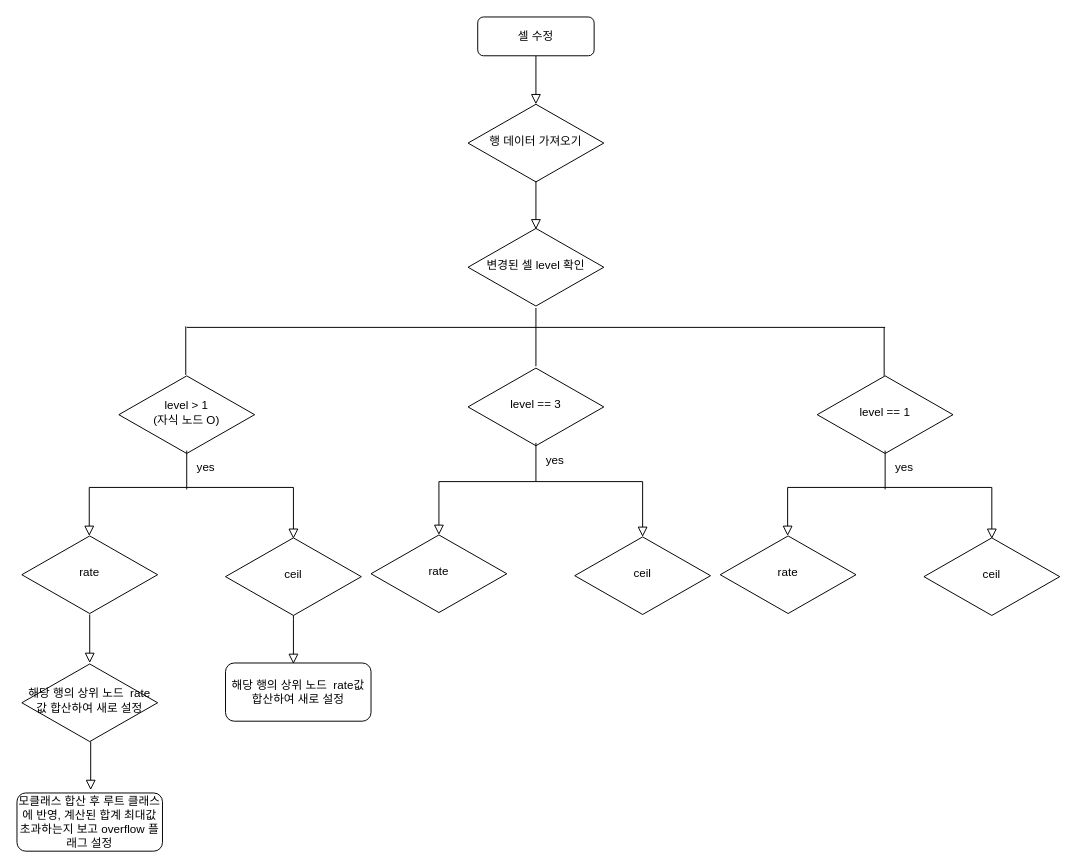
Before: afterSaveCell.drawio in MJKOOTHEFIRST/local1, a draw.io diagram. Source tidied: cells renumbered, new cells numbered last; positions are measured from the earlier drawing's top-left corner, leaving out a move shared by most shapes. Both pictures are drawn from the tidied source at 97%, with x=0, y=0 at pixel (16, 16).
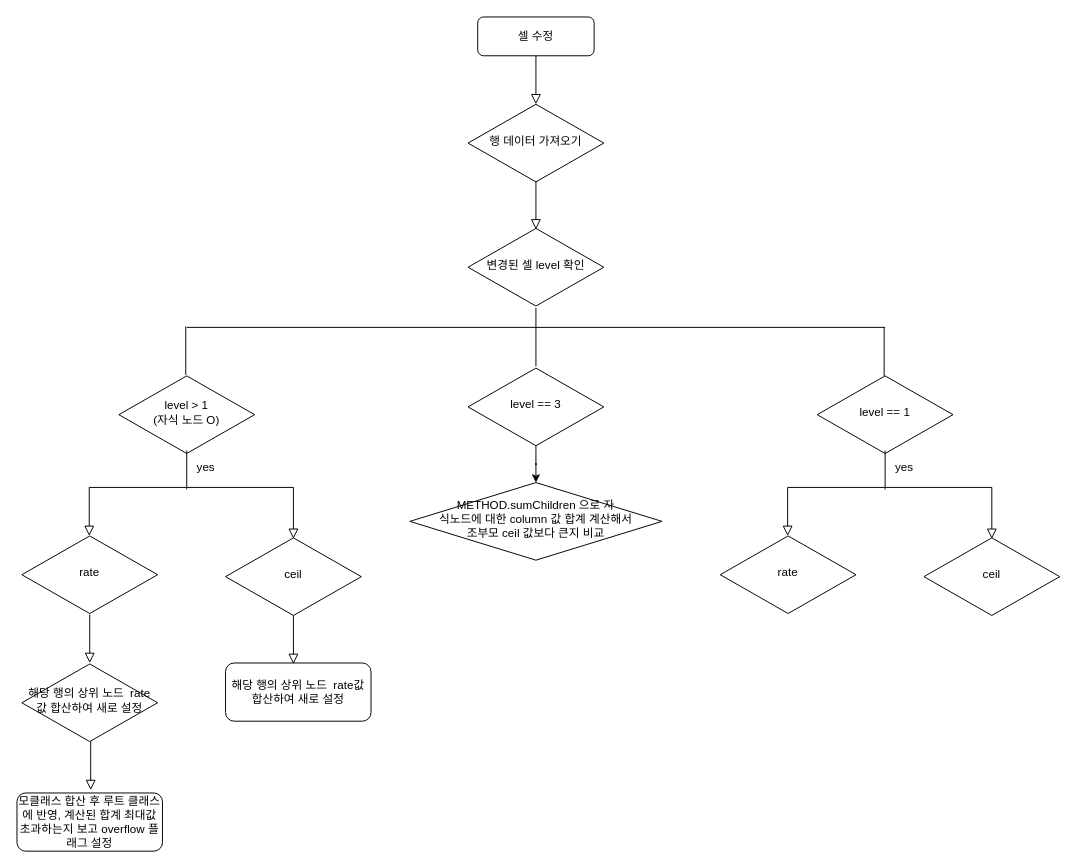
Above is the later version.

The change refers to these unchanged cells:
```xml
<mxCell id="18" value="level == 3" style="rhombus;whiteSpace=wrap;html=1;shadow=0;fontFamily=Helvetica;fontSize=12;align=center;strokeWidth=1;spacing=6;spacingTop=-4;" parent="1" vertex="1">
  <mxGeometry x="465" y="362" width="140" height="80" as="geometry" />
</mxCell>
```

The edit, as a diff of the source:
```diff
@@
+    <mxCell id="38" style="edgeStyle=orthogonalEdgeStyle;rounded=0;jettySize=auto;html=1;" parent="1" edge="1" source="18" target="20">
+      <mxGeometry relative="1" as="geometry" />
+    </mxCell>
@@
-    <mxCell id="19" style="rounded=0;html=1;jettySize=auto;fontSize=11;endArrow=block;endFill=0;endSize=8;strokeWidth=1;shadow=0;labelBackgroundColor=none;edgeStyle=orthogonalEdgeStyle;exitX=1;exitY=0;exitDx=0;exitDy=0;entryX=0.5;entryY=0;entryDx=0;entryDy=0;" parent="1" edge="1" target="20">
-      <mxGeometry relative="1" as="geometry">
-        <mxPoint x="535" y="479" as="sourcePoint" />
-        <Array as="points">
-          <mxPoint x="435" y="479" />
-        </Array>
-      </mxGeometry>
-    </mxCell>
-    <mxCell id="20" value="rate" style="rhombus;whiteSpace=wrap;html=1;shadow=0;fontFamily=Helvetica;fontSize=12;align=center;strokeWidth=1;spacing=6;spacingTop=-4;" parent="1" vertex="1">
-      <mxGeometry x="365" y="534" width="140" height="80" as="geometry" />
+    <mxCell id="20" value="METHOD.sumChildren 으로 자&lt;br&gt;식노드에 대한 column 값 합계 계산해서 &lt;br&gt;조부모 ceil 값보다 큰지 비교" style="rhombus;whiteSpace=wrap;html=1;shadow=0;fontFamily=Helvetica;fontSize=12;align=center;strokeWidth=1;spacing=6;spacingTop=-4;" parent="1" vertex="1">
+      <mxGeometry x="405" y="480" width="260" height="80" as="geometry" />
     </mxCell>
-    <mxCell id="21" value="yes" style="text;html=1;strokeColor=none;fillColor=none;align=center;verticalAlign=middle;whiteSpace=wrap;rounded=0;" parent="1" vertex="1">
-      <mxGeometry x="525" y="442" width="60" height="30" as="geometry" />
-    </mxCell>
-    <mxCell id="22" style="rounded=0;html=1;jettySize=auto;fontSize=11;endArrow=block;endFill=0;endSize=8;strokeWidth=1;shadow=0;labelBackgroundColor=none;edgeStyle=orthogonalEdgeStyle;exitX=0.5;exitY=1;exitDx=0;exitDy=0;entryX=0.5;entryY=0;entryDx=0;entryDy=0;" parent="1" edge="1" target="23">
-      <mxGeometry relative="1" as="geometry">
-        <mxPoint x="535" y="479" as="sourcePoint" />
-        <Array as="points">
-          <mxPoint x="645" y="479" />
-        </Array>
-      </mxGeometry>
-    </mxCell>
-    <mxCell id="23" value="ceil" style="rhombus;whiteSpace=wrap;html=1;shadow=0;fontFamily=Helvetica;fontSize=12;align=center;strokeWidth=1;spacing=6;spacingTop=-4;" parent="1" vertex="1">
-      <mxGeometry x="575" y="536" width="140" height="80" as="geometry" />
-    </mxCell>
-    <mxCell id="24" style="endArrow=none;html=1;rounded=0;endSize=5;" parent="1" edge="1">
-      <mxGeometry relative="1" as="geometry">
-        <mxPoint x="535" y="479" as="sourcePoint" />
-        <mxPoint x="535" y="439" as="targetPoint" />
-      </mxGeometry>
-    </mxCell>
```
